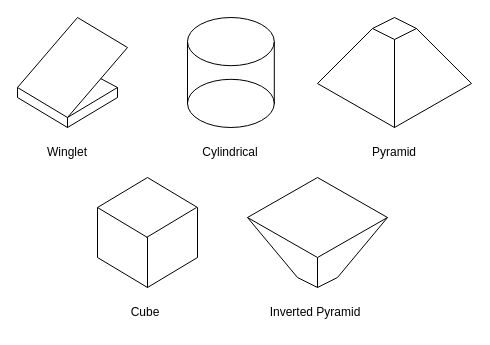
nathansivalingam/mechanical-engineering-thesis-a keeps this draw.io diagram as Thesis A/Diagrams.net Files/vortex_generator_shapes.drawio. Above is the earlier version. Source tidied: cells renumbered, new cells numbered last; positions are measured from the earlier drawing's top-left corner, leaving out a move shared by most shapes. Both pictures are drawn from the tidied source at 100%, with x=0, y=0 at pixel (17, 17).
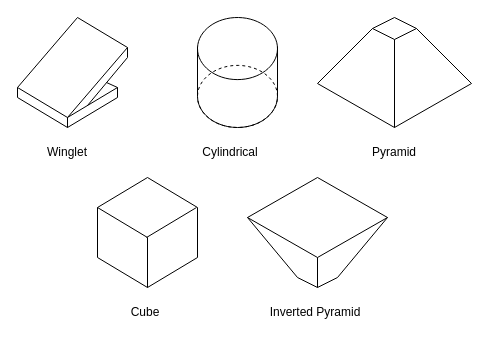
The same diagram, later.

What changed in the source:
```diff
@@
     <mxCell id="12" style="endArrow=none;html=1;rounded=0;" parent="1" edge="1">
       <mxGeometry relative="1" as="geometry">
-        <mxPoint x="83" y="61" as="sourcePoint" />
-        <mxPoint x="100" y="70" as="targetPoint" />
+        <mxPoint x="100" y="70" as="sourcePoint" />
+        <mxPoint x="89" y="65" as="targetPoint" />
       </mxGeometry>
     </mxCell>
@@
-    <mxCell id="31" style="group;" parent="1" vertex="1">
-      <mxGeometry x="170" width="86.8" height="110" as="geometry" />
-    </mxCell>
-    <mxCell id="32" style="ellipse;whiteSpace=wrap;html=1;fillColor=none;" parent="31" vertex="1">
-      <mxGeometry width="86.8" height="48.2" as="geometry" />
-    </mxCell>
-    <mxCell id="33" style="endArrow=none;html=1;rounded=0;entryX=1;entryY=0.5;entryDx=0;entryDy=0;" parent="31" edge="1" target="32">
-      <mxGeometry relative="1" as="geometry">
-        <mxPoint x="86.8" y="86.8" as="sourcePoint" />
-      </mxGeometry>
-    </mxCell>
-    <mxCell id="34" style="endArrow=none;html=1;rounded=0;entryX=0;entryY=0.5;entryDx=0;entryDy=0;" parent="31" edge="1" target="32">
-      <mxGeometry relative="1" as="geometry">
-        <mxPoint y="86.8" as="sourcePoint" />
-      </mxGeometry>
-    </mxCell>
-    <mxCell id="35" style="ellipse;whiteSpace=wrap;html=1;fillColor=none;" parent="31" vertex="1">
-      <mxGeometry y="61.8" width="86.8" height="48.2" as="geometry" />
-    </mxCell>
@@
+    <mxCell id="51" style="endArrow=none;html=1;rounded=0;" parent="1" edge="1">
+      <mxGeometry relative="1" as="geometry">
+        <mxPoint x="110" y="40" as="sourcePoint" />
+        <mxPoint x="110" y="30" as="targetPoint" />
+      </mxGeometry>
+    </mxCell>
+    <mxCell id="52" style="endArrow=none;html=1;rounded=0;" parent="1" edge="1">
+      <mxGeometry relative="1" as="geometry">
+        <mxPoint x="70" y="88" as="sourcePoint" />
+        <mxPoint x="110" y="40" as="targetPoint" />
+      </mxGeometry>
+    </mxCell>
+    <mxCell id="53" style="verticalLabelPosition=bottom;verticalAlign=top;html=1;shape=mxgraph.basic.arc;startAngle=0.2484085036175459;endAngle=0.75;" parent="1" vertex="1">
+      <mxGeometry x="180" y="47.9" width="80" height="62.1" as="geometry" />
+    </mxCell>
+    <mxCell id="54" style="endArrow=none;html=1;rounded=0;" parent="1" edge="1">
+      <mxGeometry relative="1" as="geometry">
+        <mxPoint x="180" y="78.9" as="sourcePoint" />
+        <mxPoint x="180" y="29.2" as="targetPoint" />
+      </mxGeometry>
+    </mxCell>
+    <mxCell id="55" style="endArrow=none;html=1;rounded=0;" parent="1" edge="1">
+      <mxGeometry relative="1" as="geometry">
+        <mxPoint x="260" y="78.9" as="sourcePoint" />
+        <mxPoint x="260" y="29.2" as="targetPoint" />
+      </mxGeometry>
+    </mxCell>
+    <mxCell id="56" style="verticalLabelPosition=bottom;verticalAlign=top;html=1;shape=mxgraph.basic.arc;startAngle=0.7547732166712652;endAngle=0.75;" parent="1" vertex="1">
+      <mxGeometry x="180" width="80" height="62.1" as="geometry" />
+    </mxCell>
+    <mxCell id="57" style="verticalLabelPosition=bottom;verticalAlign=top;html=1;shape=mxgraph.basic.arc;startAngle=0.7536580900160924;endAngle=0.75;dashed=1;" parent="1" vertex="1">
+      <mxGeometry x="180" y="47.9" width="80" height="62.1" as="geometry" />
+    </mxCell>
```
